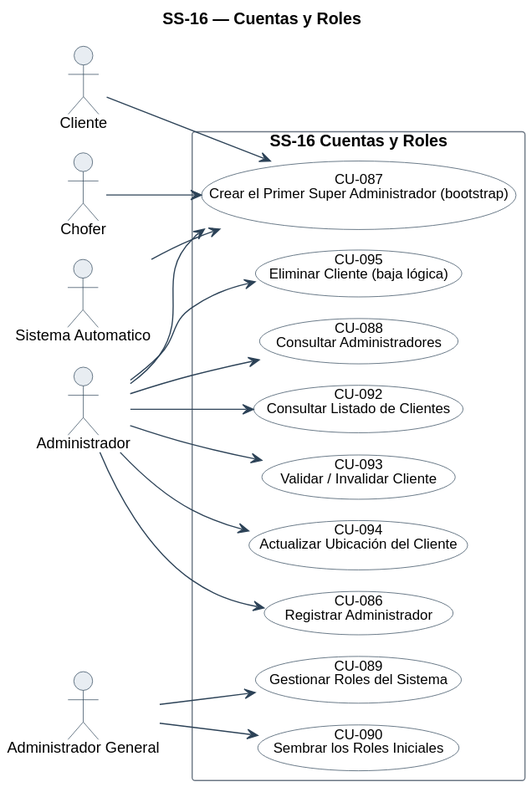
Above: diagramas/uml/CU_SS-16_Administracion-De-Cuentas-Y-Roles.svg in Nahuelito-Dev/splg-docs (PlantUML), before the change.
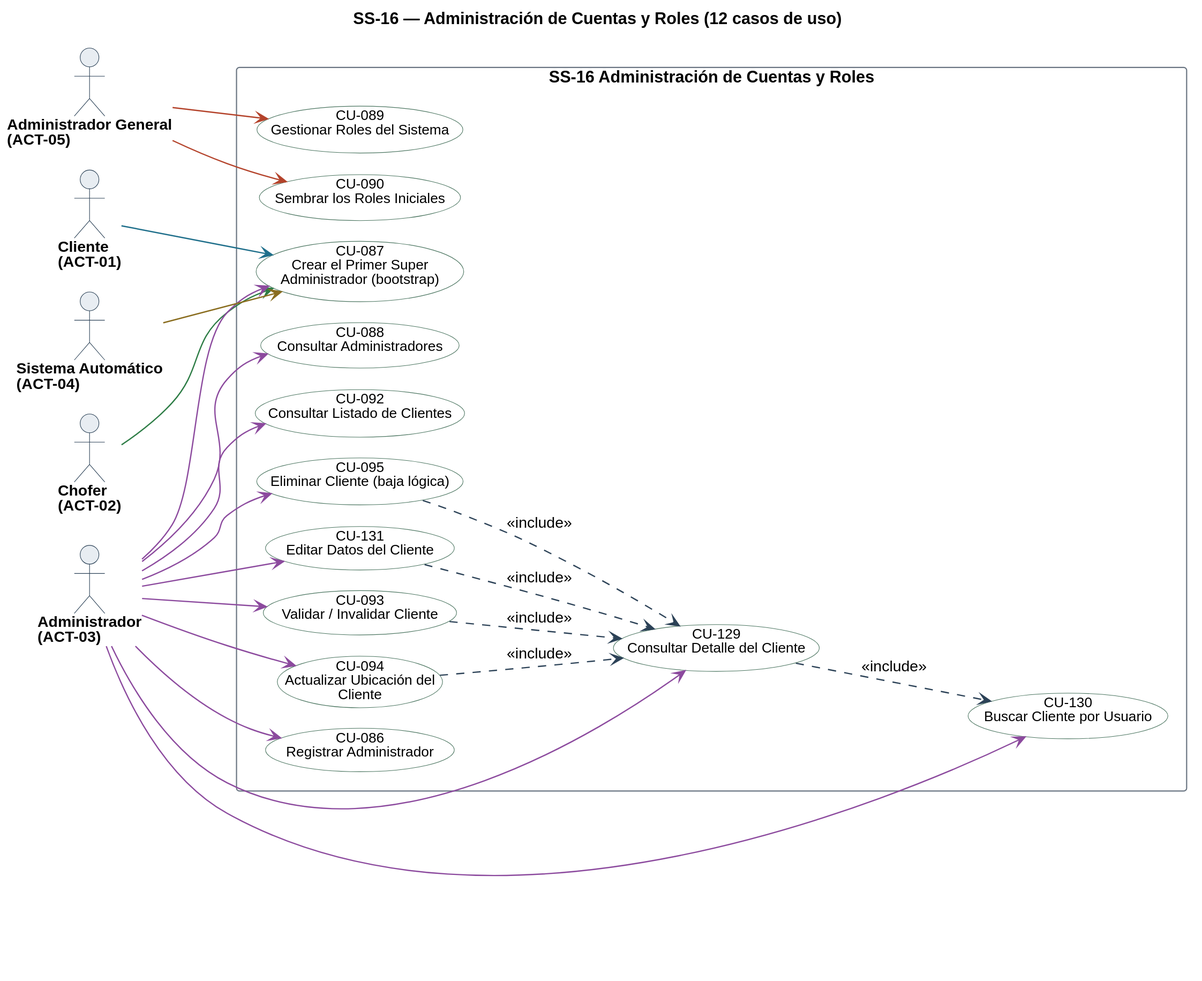
The same diagram one commit later.

The edit, as a diff of the source:
```diff
@@ -1,22 +1,23 @@
 @startuml
-!pragma layout smetana
-title SS-16 — Cuentas y Roles
+title SS-16 — Administración de Cuentas y Roles (12 casos de uso)
 left to right direction
 skinparam backgroundColor #FFFFFF
 skinparam shadowing false
 skinparam defaultFontName Helvetica
 skinparam defaultFontSize 13
+skinparam dpi 150
 skinparam ArrowColor #2C4257
+skinparam ArrowThickness 1.1
 skinparam actor {
   BorderColor #2C4257
   BackgroundColor #E8EDF2
+  FontSize 13
+  FontStyle bold
 }
 skinparam usecase {
   BorderColor #2C4257
   BackgroundColor #FFFFFF
   FontSize 12
-  BorderColor<<pendiente>> #9C4436
-  BackgroundColor<<pendiente>> #F6E4E1
 }
 skinparam rectangle {
   BorderColor #6B7683
@@ -24,34 +25,53 @@
   FontStyle bold
 }
 
-actor "Cliente" as A1
-actor "Chofer" as A2
-actor "Administrador" as A3
-actor "Sistema Automatico" as A4
-actor "Administrador General" as A5
-
-rectangle "SS-16 Cuentas y Roles" {
-  usecase "CU-086\nRegistrar Administrador" as U86
-  usecase "CU-087\nCrear el Primer Super Administrador (bootstrap)" as U87
-  usecase "CU-088\nConsultar Administradores" as U88
-  usecase "CU-089\nGestionar Roles del Sistema" as U89
-  usecase "CU-090\nSembrar los Roles Iniciales" as U90
-  usecase "CU-092\nConsultar Listado de Clientes" as U92
-  usecase "CU-093\nValidar / Invalidar Cliente" as U93
-  usecase "CU-094\nActualizar Ubicación del Cliente" as U94
-  usecase "CU-095\nEliminar Cliente (baja lógica)" as U95
+skinparam nodesep 18
+skinparam ranksep 70
+skinparam usecase {
+  BorderColor<<pendiente>> #9C4436
+  BackgroundColor<<pendiente>> #F6E4E1
 }
 
-A3 --> U86
-A1 --> U87
-A2 --> U87
-A3 --> U87
-A4 --> U87
-A3 --> U88
-A5 --> U89
-A5 --> U90
-A3 --> U92
-A3 --> U93
-A3 --> U94
-A3 --> U95
+actor "Cliente\n(ACT-01)" as A01
+actor "Chofer\n(ACT-02)" as A02
+actor "Administrador\n(ACT-03)" as A03
+actor "Sistema Automático\n(ACT-04)" as A04
+actor "Administrador General\n(ACT-05)" as A05
+
+rectangle "SS-16 Administración de Cuentas y Roles" {
+  usecase "CU-086\nRegistrar Administrador" as U086 #back:FFFFFF;line:4B7560
+  usecase "CU-087\nCrear el Primer Super\nAdministrador (bootstrap)" as U087 #back:FFFFFF;line:4B7560
+  usecase "CU-088\nConsultar Administradores" as U088 #back:FFFFFF;line:4B7560
+  usecase "CU-089\nGestionar Roles del Sistema" as U089 #back:FFFFFF;line:4B7560
+  usecase "CU-090\nSembrar los Roles Iniciales" as U090 #back:FFFFFF;line:4B7560
+  usecase "CU-092\nConsultar Listado de Clientes" as U092 #back:FFFFFF;line:4B7560
+  usecase "CU-093\nValidar / Invalidar Cliente" as U093 #back:FFFFFF;line:4B7560
+  usecase "CU-094\nActualizar Ubicación del\nCliente" as U094 #back:FFFFFF;line:4B7560
+  usecase "CU-095\nEliminar Cliente (baja lógica)" as U095 #back:FFFFFF;line:4B7560
+  usecase "CU-129\nConsultar Detalle del Cliente" as U129 #back:FFFFFF;line:4B7560
+  usecase "CU-130\nBuscar Cliente por Usuario" as U130 #back:FFFFFF;line:4B7560
+  usecase "CU-131\nEditar Datos del Cliente" as U131 #back:FFFFFF;line:4B7560
+}
+
+A01 -[#1F6F8B]-> U087
+A02 -[#2E7D46]-> U087
+A03 -[#8C4A9E]-> U086
+A03 -[#8C4A9E]-> U087
+A03 -[#8C4A9E]-> U088
+A03 -[#8C4A9E]-> U092
+A03 -[#8C4A9E]-> U093
+A03 -[#8C4A9E]-> U094
+A03 -[#8C4A9E]-> U095
+A03 -[#8C4A9E]-> U129
+A03 -[#8C4A9E]-> U130
+A03 -[#8C4A9E]-> U131
+A04 -[#8A6D1F]-> U087
+A05 -[#B4432B]-> U089
+A05 -[#B4432B]-> U090
+
+U093 ..> U129 : <<include>>
+U094 ..> U129 : <<include>>
+U095 ..> U129 : <<include>>
+U131 ..> U129 : <<include>>
+U129 ..> U130 : <<include>>
 @enduml
```
